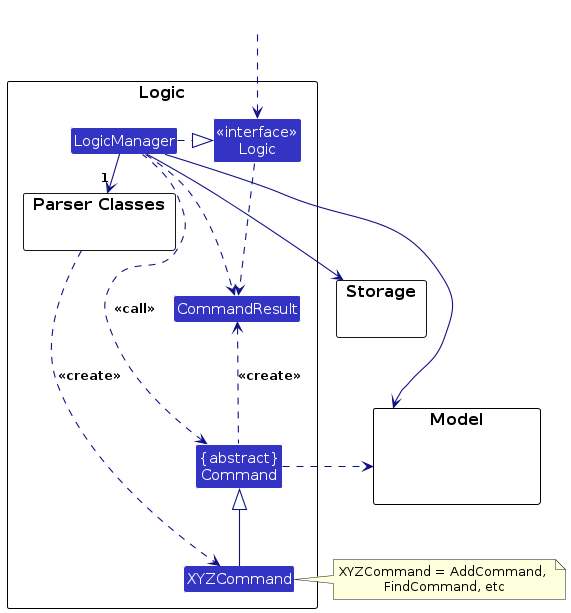
The PlantUML diagram diagrams/LogicClassDiagram.png in AY2627S1-CS2103T-T17-2/tp, before a commit. Its source is kept beside it as diagrams/LogicClassDiagram.puml. Source of this version:
```plantuml
@startuml
!include style.puml
skinparam arrowThickness 1.1
skinparam arrowColor LOGIC_COLOR_T4
skinparam classBackgroundColor LOGIC_COLOR

package Logic as LogicPackage {

package "Parser Classes" as ParserClasses{
}
Class XYZCommand
Class CommandResult
Class "{abstract}\nCommand" as Command


Class "<<interface>>\nLogic" as Logic
Class LogicManager
}

package Model {
Class HiddenModel #FFFFFF
}

package Storage {
}

Class HiddenOutside #FFFFFF
HiddenOutside ..> Logic

LogicManager .right.|> Logic
LogicManager -right->"1" ParserClasses
ParserClasses ..> XYZCommand : <<create>>

XYZCommand -up-|> Command
LogicManager .left.> Command : <<call>>

LogicManager --> Model
LogicManager --> Storage
Storage --[hidden] Model
Command .[hidden]up.> Storage
Command .right.> Model
note right of XYZCommand: XYZCommand = AddCommand, \nFindCommand, etc

Logic ..> CommandResult
LogicManager .down.> CommandResult
Command .up.> CommandResult : <<create>>
@enduml
```
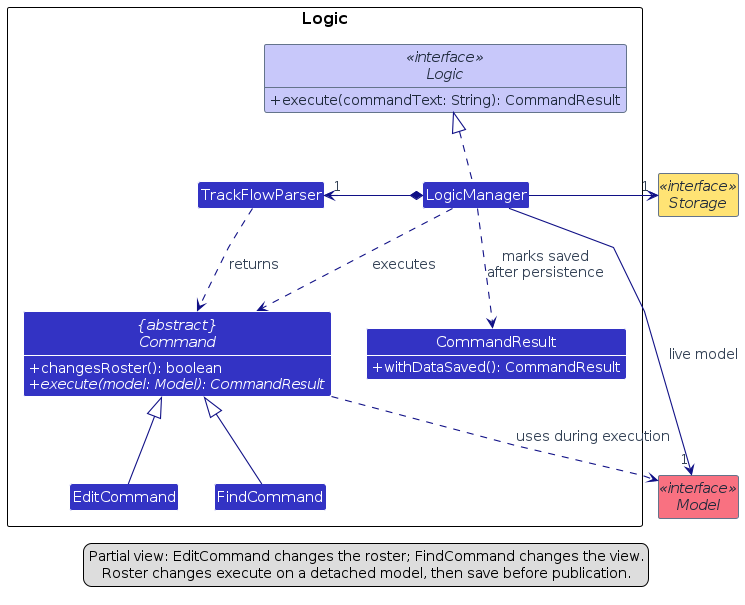
After the commit.

Diff of the diagram source:
```diff
@@ -1,47 +1,45 @@
 @startuml
 !include style.puml
-skinparam arrowThickness 1.1
 skinparam arrowColor LOGIC_COLOR_T4
 skinparam classBackgroundColor LOGIC_COLOR
+skinparam ArrowFontStyle plain
+skinparam linetype polyline
+show members
+hide empty members
 
-package Logic as LogicPackage {
-
-package "Parser Classes" as ParserClasses{
-}
-Class XYZCommand
-Class CommandResult
-Class "{abstract}\nCommand" as Command
-
-
-Class "<<interface>>\nLogic" as Logic
-Class LogicManager
+package "Logic" as LogicPackage {
+    interface Logic <<interface>> LOGIC_COLOR_T1 {
+        +execute(commandText: String): CommandResult
+    }
+    class LogicManager
+    class TrackFlowParser
+    abstract class "{abstract}\nCommand" as Command {
+        +changesRoster(): boolean
+        {abstract} +execute(model: Model): CommandResult
+    }
+    class EditCommand
+    class FindCommand
+    class CommandResult {
+        +withDataSaved(): CommandResult
+    }
 }
 
-package Model {
-Class HiddenModel #FFFFFF
-}
+interface Model <<interface>> MODEL_COLOR_T1
+interface Storage <<interface>> STORAGE_COLOR_T1
 
-package Storage {
-}
+LogicManager .up.|> Logic
+LogicManager *-left-> "1" TrackFlowParser
+LogicManager -right-> "1" Storage
+LogicManager -down-> "1" Model : live model
+LogicManager .down.> Command : executes
+TrackFlowParser .down.> Command : returns
+EditCommand -up-|> Command
+FindCommand -up-|> Command
+Command .down.> Model : uses during execution
+LogicManager .down.> CommandResult : marks saved\nafter persistence
 
-Class HiddenOutside #FFFFFF
-HiddenOutside ..> Logic
-
-LogicManager .right.|> Logic
-LogicManager -right->"1" ParserClasses
-ParserClasses ..> XYZCommand : <<create>>
-
-XYZCommand -up-|> Command
-LogicManager .left.> Command : <<call>>
-
-LogicManager --> Model
-LogicManager --> Storage
-Storage --[hidden] Model
-Command .[hidden]up.> Storage
-Command .right.> Model
-note right of XYZCommand: XYZCommand = AddCommand, \nFindCommand, etc
-
-Logic ..> CommandResult
-LogicManager .down.> CommandResult
-Command .up.> CommandResult : <<create>>
+legend bottom
+  Partial view: EditCommand changes the roster; FindCommand changes the view.
+  Roster changes execute on a detached model, then save before publication.
+endlegend
 @enduml
```
